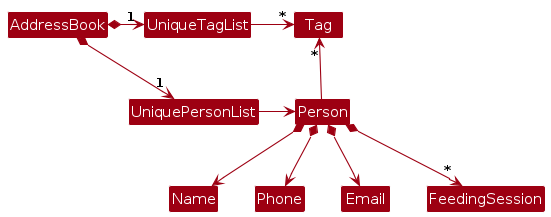
Before: diagrams/BetterModelClassDiagram.png, a diagram exported from PlantUML (AY2526S1-CS2103T-W14-3/tp). Its source is kept beside it as diagrams/BetterModelClassDiagram.puml.
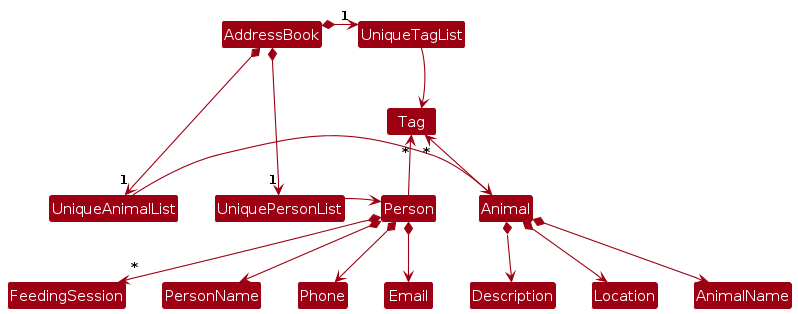
After the commit.

What changed in the source:
```diff
@@ -4,18 +4,44 @@
 skinparam arrowColor MODEL_COLOR
 skinparam classBackgroundColor MODEL_COLOR
 
+class AddressBook
+class UniquePersonList
+class UniqueAnimalList
+class UniqueTagList
+class Tag
+class Person
+class Animal
+class PersonName
+class AnimalName
+class Phone
+class Email
+class Description
+class Location
+class FeedingSession
+
+AddressBook -[hidden]down-> UniqueTagList
+UniquePersonList -[hidden]down-> Person
+UniqueAnimalList -[hidden]down-> Animal
+UniqueTagList -[hidden]down-> Tag
+
 AddressBook *-right-> "1" UniquePersonList
-AddressBook *-right-> "1" UniqueTagList
-UniqueTagList -[hidden]down- UniquePersonList
-UniqueTagList -[hidden]down- UniquePersonList
+AddressBook *-down-> "1" UniqueAnimalList
+AddressBook *-left-> "1" UniqueTagList
 
-UniqueTagList -right-> "*" Tag
 UniquePersonList -right-> Person
+UniqueAnimalList -right-> Animal
+UniqueTagList -down-> Tag
 
 Person -up-> "*" Tag
+Animal -up-> "*" Tag
 
-Person *--> Name
+Person *--> PersonName
 Person *--> Phone
 Person *--> Email
 Person *--> "*" FeedingSession
+
+Animal *--> AnimalName
+Animal *--> Description
+Animal *--> Location
+
 @enduml
```
